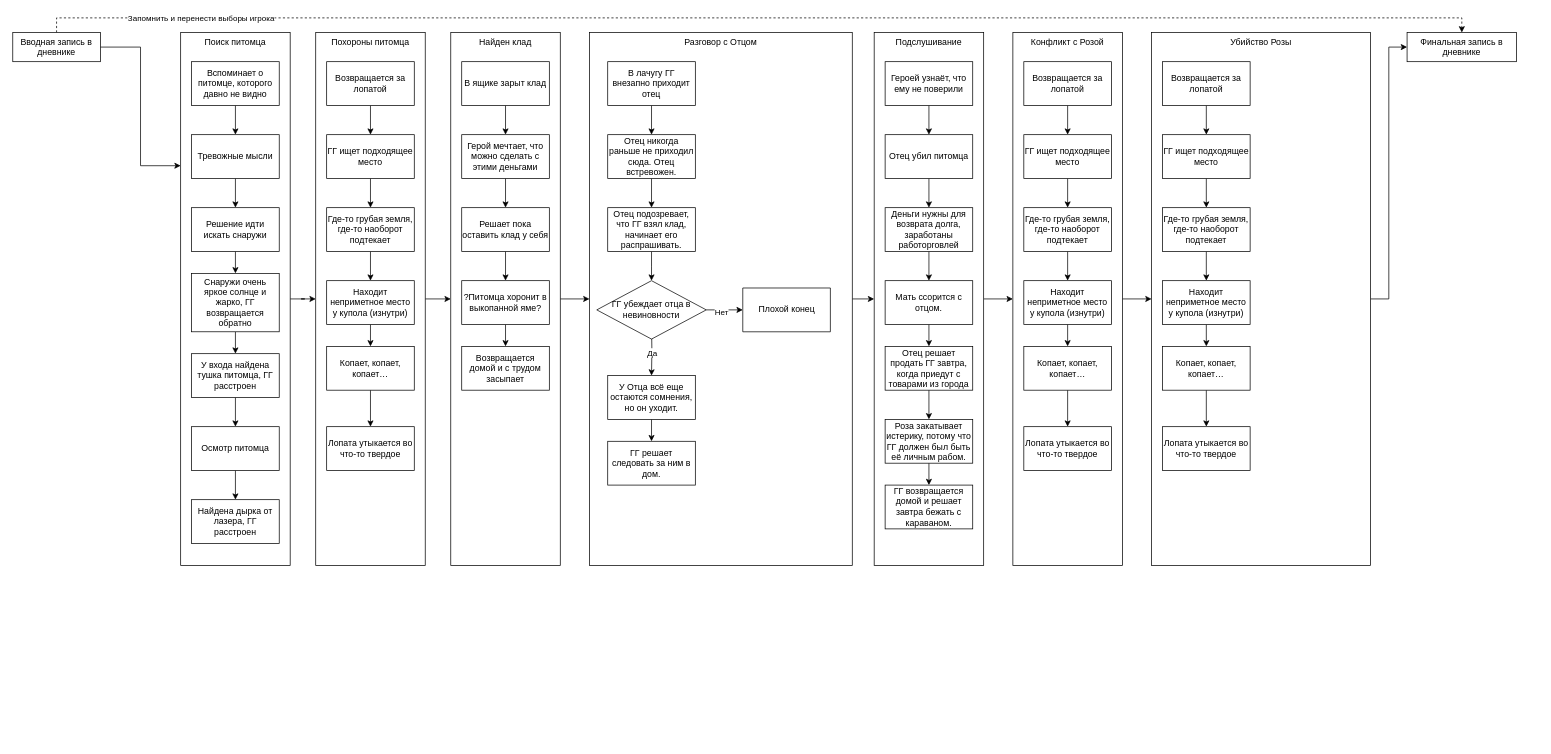
The draw.io diagram game_flow.drawio in yagef/kurnaev_ndb5_diploma, before the edit. Source tidied: cells renumbered, new cells numbered last; positions are measured from the earlier drawing's top-left corner, leaving out a move shared by most shapes. Both pictures are drawn from the tidied source at 73%, with x=0, y=0 at pixel (12, 32).
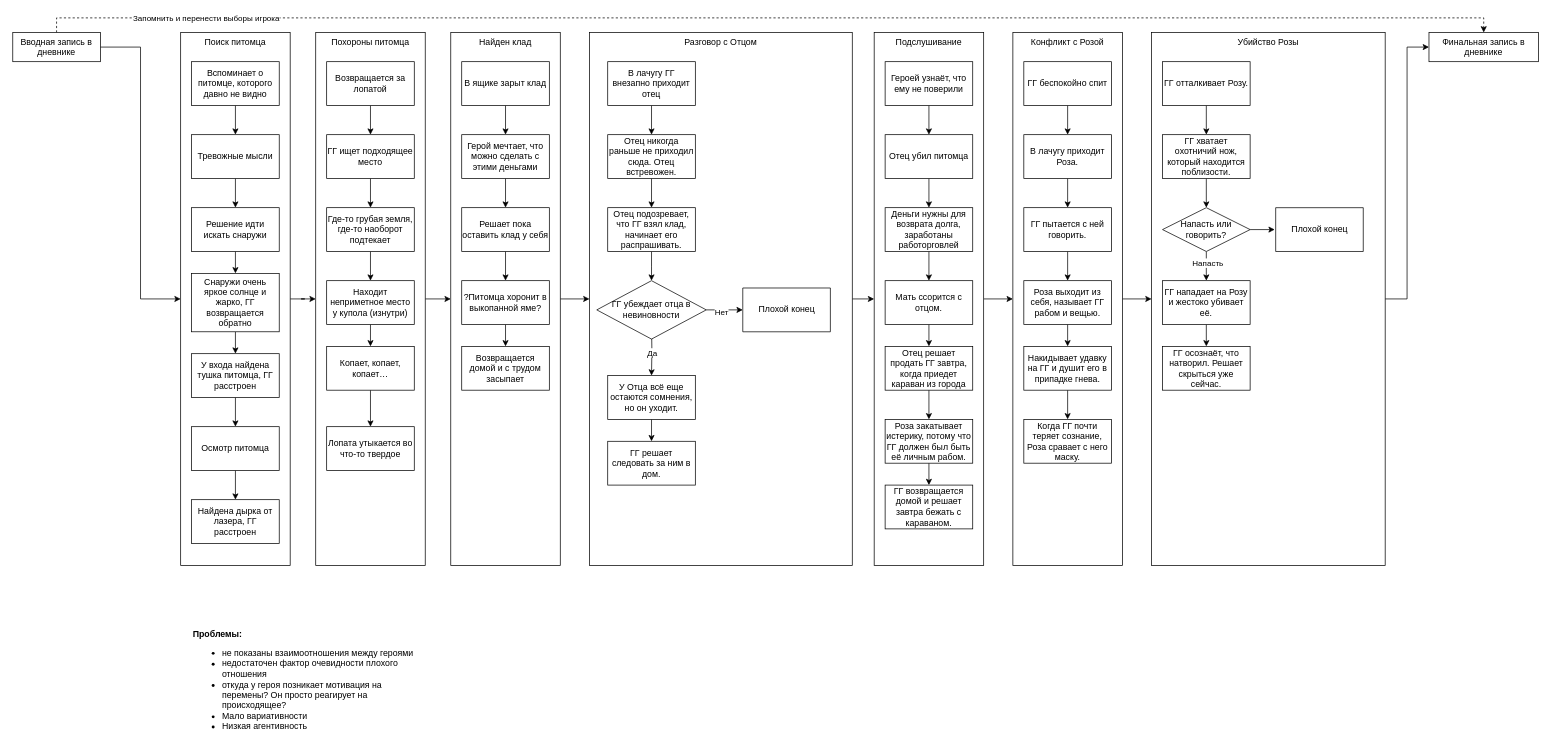
Above is the later version.

Commit message:
Finished base part.

The change refers to these unchanged cells:
```xml
<mxCell id="5" value="Поиск питомца" style="rounded=0;whiteSpace=wrap;html=1;verticalAlign=top;" parent="1" vertex="1">
  <mxGeometry x="230" width="150" height="730" as="geometry" />
</mxCell>
<mxCell id="9" value="Вводная запись в дневнике" style="rounded=0;whiteSpace=wrap;html=1;" parent="1" vertex="1">
  <mxGeometry width="120" height="40" as="geometry" />
</mxCell>
<mxCell id="89" style="edgeStyle=orthogonalEdgeStyle;rounded=0;jettySize=auto;html=1;exitX=0.5;exitY=1;exitDx=0;exitDy=0;entryX=0.5;entryY=0;entryDx=0;entryDy=0;" parent="1" edge="1" source="90" target="92">
  <mxGeometry relative="1" as="geometry" />
</mxCell>
```

Diff of the diagram source:
```diff
@@
-    <mxCell id="6" style="edgeStyle=orthogonalEdgeStyle;rounded=0;jettySize=auto;html=1;exitX=1;exitY=0.5;exitDx=0;exitDy=0;entryX=0;entryY=0.25;entryDx=0;entryDy=0;" parent="1" edge="1" source="9" target="5">
+    <mxCell id="6" style="edgeStyle=orthogonalEdgeStyle;rounded=0;jettySize=auto;html=1;exitX=1;exitY=0.5;exitDx=0;exitDy=0;entryX=0;entryY=0.5;entryDx=0;entryDy=0;" parent="1" edge="1" source="9" target="5">
       <mxGeometry relative="1" as="geometry" />
     </mxCell>
@@
-    <mxCell id="67" value="Отец решает продать ГГ завтра, когда приедут с товарами из города" style="rounded=0;whiteSpace=wrap;html=1;" parent="1" vertex="1">
+    <mxCell id="67" value="Отец решает продать ГГ завтра, когда приедет караван из города" style="rounded=0;whiteSpace=wrap;html=1;" parent="1" vertex="1">
       <mxGeometry x="1195" y="430" width="120" height="60" as="geometry" />
     </mxCell>
@@
-    <mxCell id="75" value="ГГ ищет подходящее место" style="rounded=0;whiteSpace=wrap;html=1;" parent="1" vertex="1">
+    <mxCell id="75" value="В лачугу приходит Роза." style="rounded=0;whiteSpace=wrap;html=1;" parent="1" vertex="1">
       <mxGeometry x="1385" y="140" width="120" height="60" as="geometry" />
     </mxCell>
@@
-    <mxCell id="77" value="Где-то грубая земля, где-то наоборот подтекает" style="rounded=0;whiteSpace=wrap;html=1;" parent="1" vertex="1">
+    <mxCell id="77" value="ГГ пытается с ней говорить." style="rounded=0;whiteSpace=wrap;html=1;" parent="1" vertex="1">
       <mxGeometry x="1385" y="240" width="120" height="60" as="geometry" />
     </mxCell>
@@
-    <mxCell id="79" value="Находит неприметное место у купола (изнутри)" style="rounded=0;whiteSpace=wrap;html=1;" parent="1" vertex="1">
+    <mxCell id="79" value="Роза выходит из себя, называет ГГ рабом и вещью." style="rounded=0;whiteSpace=wrap;html=1;" parent="1" vertex="1">
       <mxGeometry x="1385" y="340" width="120" height="60" as="geometry" />
     </mxCell>
@@
-    <mxCell id="81" value="Копает, копает, копает…" style="rounded=0;whiteSpace=wrap;html=1;" parent="1" vertex="1">
+    <mxCell id="81" value="Накидывает удавку на ГГ и душит его в припадке гнева." style="rounded=0;whiteSpace=wrap;html=1;" parent="1" vertex="1">
       <mxGeometry x="1385" y="430" width="120" height="60" as="geometry" />
     </mxCell>
-    <mxCell id="82" value="Лопата утыкается во что-то твердое" style="rounded=0;whiteSpace=wrap;html=1;" parent="1" vertex="1">
-      <mxGeometry x="1385" y="540" width="120" height="60" as="geometry" />
+    <mxCell id="82" value="Когда ГГ почти теряет сознание, Роза сравает с него маску." style="rounded=0;whiteSpace=wrap;html=1;" parent="1" vertex="1">
+      <mxGeometry x="1385" y="530" width="120" height="60" as="geometry" />
     </mxCell>
@@
-    <mxCell id="84" value="Возвращается за лопатой" style="rounded=0;whiteSpace=wrap;html=1;" parent="1" vertex="1">
+    <mxCell id="84" value="ГГ беспокойно спит" style="rounded=0;whiteSpace=wrap;html=1;" parent="1" vertex="1">
       <mxGeometry x="1385" y="40" width="120" height="60" as="geometry" />
     </mxCell>
@@
     <mxCell id="86" value="Убийство Розы" style="rounded=0;whiteSpace=wrap;html=1;verticalAlign=top;" parent="1" vertex="1">
-      <mxGeometry x="1560" width="300" height="730" as="geometry" />
+      <mxGeometry x="1560" width="320" height="730" as="geometry" />
     </mxCell>
@@
-    <mxCell id="88" value="ГГ ищет подходящее место" style="rounded=0;whiteSpace=wrap;html=1;" parent="1" vertex="1">
+    <mxCell id="88" value="ГГ хватает охотничий нож, который находится поблизости." style="rounded=0;whiteSpace=wrap;html=1;" parent="1" vertex="1">
       <mxGeometry x="1575" y="140" width="120" height="60" as="geometry" />
     </mxCell>
@@
+    <mxCell id="105" value="Напасть" style="edgeLabel;html=1;align=center;verticalAlign=middle;" parent="89" vertex="1">
+      <mxGeometry x="-0.26" y="1" relative="1" as="geometry" />
+    </mxCell>
+    <mxCell id="106" style="edgeStyle=orthogonalEdgeStyle;rounded=0;jettySize=auto;html=1;exitX=1;exitY=0.5;exitDx=0;exitDy=0;entryX=-0.011;entryY=0.507;entryDx=0;entryDy=0;entryPerimeter=0;" parent="1" edge="1" source="90" target="108">
+      <mxGeometry relative="1" as="geometry" />
+    </mxCell>
-    <mxCell id="90" value="Где-то грубая земля, где-то наоборот подтекает" style="rounded=0;whiteSpace=wrap;html=1;" parent="1" vertex="1">
+    <mxCell id="90" value="Напасть или говорить?" style="rhombus;whiteSpace=wrap;html=1;fontFamily=Helvetica;fontSize=12;fontColor=#000000;align=center;strokeColor=#000000;fillColor=#ffffff;" parent="1" vertex="1">
       <mxGeometry x="1575" y="240" width="120" height="60" as="geometry" />
     </mxCell>
@@
-    <mxCell id="92" value="Находит неприметное место у купола (изнутри)" style="rounded=0;whiteSpace=wrap;html=1;" parent="1" vertex="1">
+    <mxCell id="92" value="ГГ нападает на Розу и жестоко убивает её." style="rounded=0;whiteSpace=wrap;html=1;" parent="1" vertex="1">
       <mxGeometry x="1575" y="340" width="120" height="60" as="geometry" />
     </mxCell>
-    <mxCell id="93" style="edgeStyle=orthogonalEdgeStyle;rounded=0;jettySize=auto;html=1;exitX=0.5;exitY=1;exitDx=0;exitDy=0;entryX=0.5;entryY=0;entryDx=0;entryDy=0;" parent="1" edge="1" source="94" target="95">
-      <mxGeometry relative="1" as="geometry" />
-    </mxCell>
-    <mxCell id="94" value="Копает, копает, копает…" style="rounded=0;whiteSpace=wrap;html=1;" parent="1" vertex="1">
+    <mxCell id="94" value="ГГ осознаёт, что натворил. Решает скрыться уже сейчас." style="rounded=0;whiteSpace=wrap;html=1;" parent="1" vertex="1">
       <mxGeometry x="1575" y="430" width="120" height="60" as="geometry" />
     </mxCell>
-    <mxCell id="95" value="Лопата утыкается во что-то твердое" style="rounded=0;whiteSpace=wrap;html=1;" parent="1" vertex="1">
-      <mxGeometry x="1575" y="540" width="120" height="60" as="geometry" />
-    </mxCell>
@@
-    <mxCell id="97" value="Возвращается за лопатой" style="rounded=0;whiteSpace=wrap;html=1;" parent="1" vertex="1">
+    <mxCell id="97" value="ГГ отталкивает Розу." style="rounded=0;whiteSpace=wrap;html=1;" parent="1" vertex="1">
       <mxGeometry x="1575" y="40" width="120" height="60" as="geometry" />
     </mxCell>
     <mxCell id="98" value="Финальная запись в дневнике" style="rounded=0;whiteSpace=wrap;html=1;verticalAlign=top;" parent="1" vertex="1">
-      <mxGeometry x="1910" width="150" height="40" as="geometry" />
+      <mxGeometry x="1940" width="150" height="40" as="geometry" />
     </mxCell>
@@
+    <mxCell id="107" value="&lt;b&gt;Проблемы:&lt;/b&gt;&lt;br&gt;&lt;ul&gt;&lt;li&gt;не показаны взаимоотношения между героями&lt;/li&gt;&lt;li&gt;недостаточен фактор очевидности плохого отношения&lt;/li&gt;&lt;li&gt;откуда у героя позникает мотивация на перемены? Он просто реагирует на происходящее?&amp;nbsp;&lt;/li&gt;&lt;li&gt;Мало вариативности&lt;/li&gt;&lt;li&gt;Низкая агентивность&lt;/li&gt;&lt;/ul&gt;" style="text;html=1;strokeColor=none;fillColor=none;align=left;verticalAlign=top;whiteSpace=wrap;rounded=0;labelPosition=center;verticalLabelPosition=middle;" parent="1" vertex="1">
+      <mxGeometry x="245" y="810" width="325" height="150" as="geometry" />
+    </mxCell>
+    <mxCell id="108" value="Плохой конец" style="verticalLabelPosition=middle;verticalAlign=middle;html=1;shape=mxgraph.basic.rect;fillColor2=none;strokeWidth=1;size=20;indent=5;labelPosition=center;align=center;" parent="1" vertex="1">
+      <mxGeometry x="1730" y="240" width="120" height="60" as="geometry" />
+    </mxCell>
```
